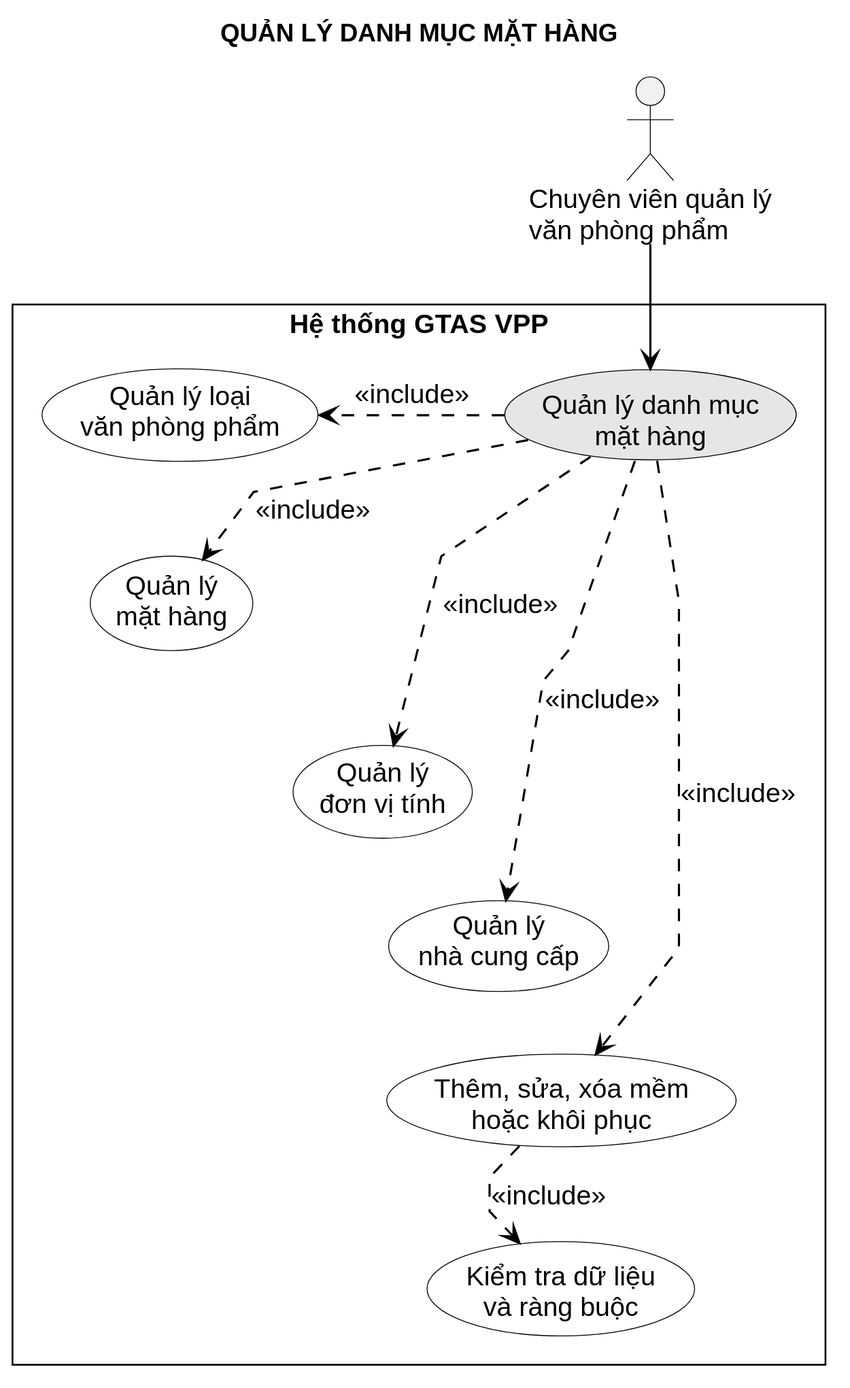
Above: LVTN/diagrams/ch03/use-case-manage-catalog.svg in Miikey24s/gtas_vpp (PlantUML), before the change.
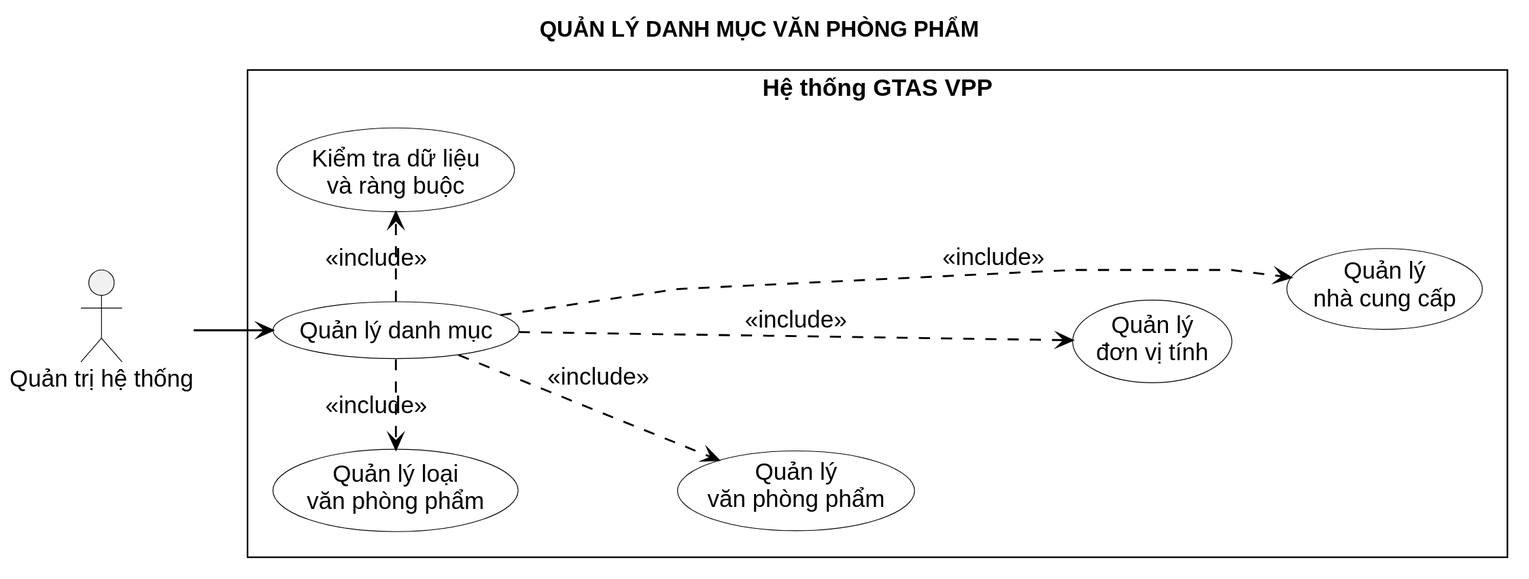
Above is the later version.

What changed in the source:
```diff
@@ -1,32 +1,29 @@
 @startuml
 !include ../common/usecase-style.puml
-title QUẢN LÝ DANH MỤC MẶT HÀNG
+title QUẢN LÝ DANH MỤC VĂN PHÒNG PHẨM
 
-actor "Chuyên viên quản lý\nvăn phòng phẩm" as Procurement
+left to right direction
+actor "Quản trị hệ thống" as Admin
 
 rectangle "Hệ thống GTAS VPP" {
-  usecase "Quản lý danh mục\nmặt hàng" as Manage #E6E6E6
+  usecase "Quản lý danh mục" as Catalog
   usecase "Quản lý loại\nvăn phòng phẩm" as Category
-  usecase "Quản lý\nmặt hàng" as Item
+  usecase "Quản lý\nvăn phòng phẩm" as Item
   usecase "Quản lý\nđơn vị tính" as Uom
   usecase "Quản lý\nnhà cung cấp" as Supplier
-  usecase "Thêm, sửa, xóa mềm\nhoặc khôi phục" as Save
   usecase "Kiểm tra dữ liệu\nvà ràng buộc" as Validate
-
-  Manage -[hidden]right- Category
-  Manage .> Category : <<include>>
-  Manage .> Item : <<include>>
-  Manage .> Uom : <<include>>
-  Manage .> Supplier : <<include>>
-  Manage .> Save : <<include>>
-  Save .> Validate : <<include>>
 
   Category -[hidden]down- Item
   Item -[hidden]down- Uom
   Uom -[hidden]down- Supplier
-  Supplier -[hidden]down- Save
-  Save -[hidden]down- Validate
+  Catalog -[hidden]right- Item
+
+  Catalog .> Category : <<include>>
+  Catalog .> Item : <<include>>
+  Catalog .> Uom : <<include>>
+  Catalog .> Supplier : <<include>>
+  Catalog .> Validate : <<include>>
 }
 
-Procurement --> Manage
+Admin --> Catalog
 @enduml
```
